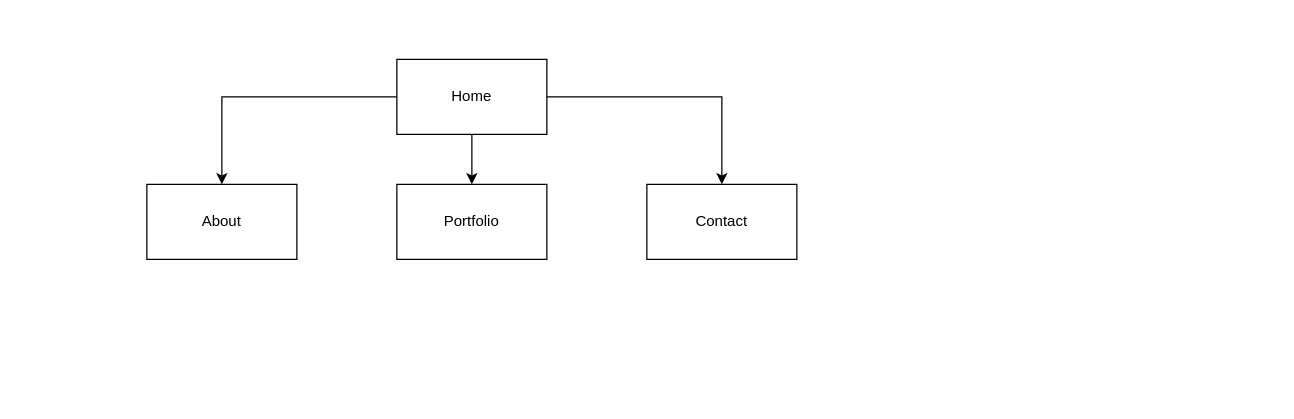
Earlier version of the draw.io diagram t1a2-portfolio-jvt.drawio (jevontrei/t1a2-portfolio-jvt). Source tidied: cells renumbered, new cells numbered last; positions are measured from the earlier drawing's top-left corner, leaving out a move shared by most shapes. Both pictures are drawn from the tidied source at 125%, with x=0, y=0 at pixel (146, 59).
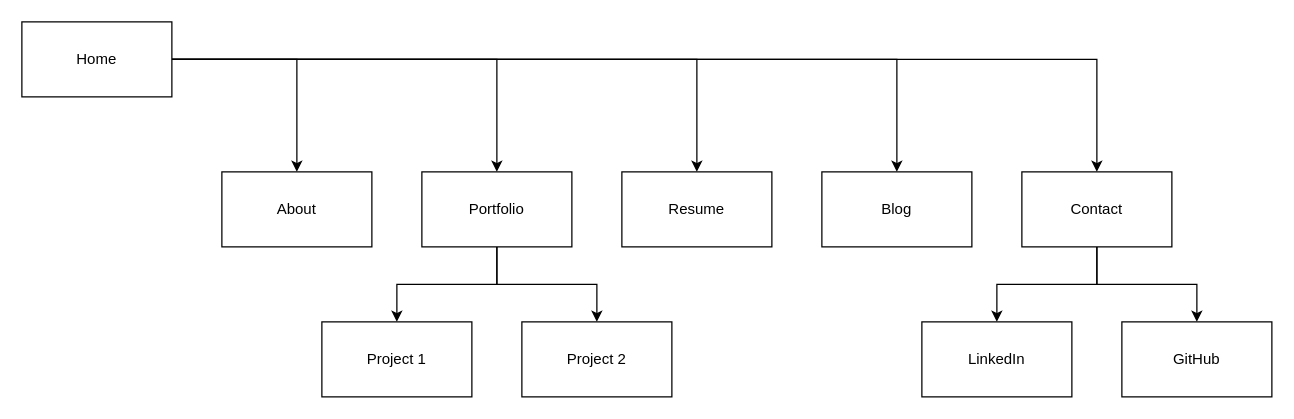
Above is the later version.

Diff of the diagram source:
```diff
@@
+    <mxCell id="9" style="edgeStyle=orthogonalEdgeStyle;rounded=0;jettySize=auto;html=1;" parent="1" edge="1" source="5" target="15">
+      <mxGeometry relative="1" as="geometry" />
+    </mxCell>
+    <mxCell id="10" style="edgeStyle=orthogonalEdgeStyle;rounded=0;jettySize=auto;html=1;" parent="1" edge="1" source="5" target="18">
+      <mxGeometry relative="1" as="geometry" />
+    </mxCell>
+    <mxCell id="6" value="About" style="rounded=0;whiteSpace=wrap;html=1;" parent="1" vertex="1">
+      <mxGeometry x="60" y="90" width="120" height="60" as="geometry" />
+    </mxCell>
     <mxCell id="5" value="Home" style="rounded=0;whiteSpace=wrap;html=1;" parent="1" vertex="1">
-      <mxGeometry x="200" width="120" height="60" as="geometry" />
+      <mxGeometry x="-100" y="-30" width="120" height="60" as="geometry" />
     </mxCell>
-    <mxCell id="6" value="About" style="rounded=0;whiteSpace=wrap;html=1;" parent="1" vertex="1">
-      <mxGeometry y="100" width="120" height="60" as="geometry" />
-    </mxCell>
+    <mxCell id="11" style="edgeStyle=orthogonalEdgeStyle;rounded=0;jettySize=auto;html=1;" parent="1" edge="1" source="7" target="19">
+      <mxGeometry relative="1" as="geometry" />
+    </mxCell>
+    <mxCell id="12" style="edgeStyle=orthogonalEdgeStyle;rounded=0;jettySize=auto;html=1;" parent="1" edge="1" source="7" target="20">
+      <mxGeometry relative="1" as="geometry" />
+    </mxCell>
+    <mxCell id="13" style="edgeStyle=orthogonalEdgeStyle;rounded=0;jettySize=auto;html=1;" parent="1" edge="1" source="8" target="16">
+      <mxGeometry relative="1" as="geometry" />
+    </mxCell>
     <mxCell id="7" value="Contact" style="rounded=0;whiteSpace=wrap;html=1;" parent="1" vertex="1">
-      <mxGeometry x="400" y="100" width="120" height="60" as="geometry" />
+      <mxGeometry x="700" y="90" width="120" height="60" as="geometry" />
     </mxCell>
+    <mxCell id="14" style="edgeStyle=orthogonalEdgeStyle;rounded=0;jettySize=auto;html=1;" parent="1" edge="1" source="8" target="17">
+      <mxGeometry relative="1" as="geometry" />
+    </mxCell>
+    <mxCell id="15" value="Resume" style="rounded=0;whiteSpace=wrap;html=1;" parent="1" vertex="1">
+      <mxGeometry x="380" y="90" width="120" height="60" as="geometry" />
+    </mxCell>
     <mxCell id="8" value="Portfolio" style="rounded=0;whiteSpace=wrap;html=1;" parent="1" vertex="1">
-      <mxGeometry x="200" y="100" width="120" height="60" as="geometry" />
+      <mxGeometry x="220" y="90" width="120" height="60" as="geometry" />
     </mxCell>
+    <mxCell id="16" value="Project 1" style="rounded=0;whiteSpace=wrap;html=1;" parent="1" vertex="1">
+      <mxGeometry x="140" y="210" width="120" height="60" as="geometry" />
+    </mxCell>
+    <mxCell id="17" value="Project 2" style="rounded=0;whiteSpace=wrap;html=1;" parent="1" vertex="1">
+      <mxGeometry x="300" y="210" width="120" height="60" as="geometry" />
+    </mxCell>
+    <mxCell id="18" value="Blog" style="rounded=0;whiteSpace=wrap;html=1;" parent="1" vertex="1">
+      <mxGeometry x="540" y="90" width="120" height="60" as="geometry" />
+    </mxCell>
+    <mxCell id="19" value="LinkedIn" style="rounded=0;whiteSpace=wrap;html=1;" parent="1" vertex="1">
+      <mxGeometry x="620" y="210" width="120" height="60" as="geometry" />
+    </mxCell>
+    <mxCell id="20" value="GitHub" style="rounded=0;whiteSpace=wrap;html=1;" parent="1" vertex="1">
+      <mxGeometry x="780" y="210" width="120" height="60" as="geometry" />
+    </mxCell>
```
